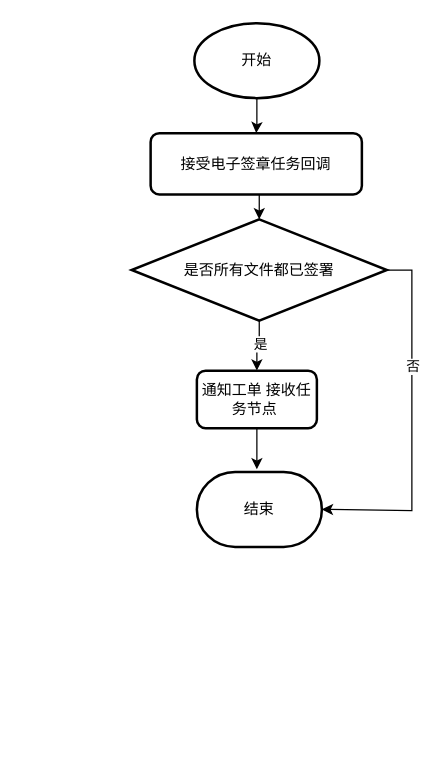
Above: page "第 3 页" (3 of 3) of 接收电子签章回调.drawio in fengyong7723131/work (draw.io), before the change. Source tidied: cells renumbered, new cells numbered last; positions are measured from the earlier drawing's top-left corner, leaving out a move shared by most shapes. Both pictures are drawn from the tidied source at 125%, with x=0, y=0 at pixel (131, 22).
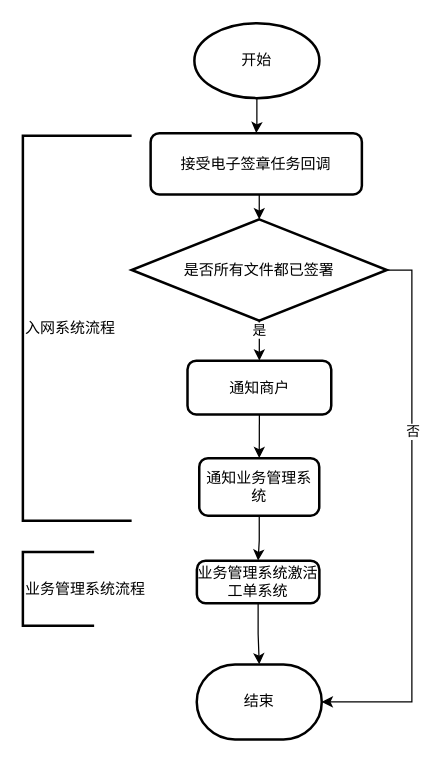
Above is the later version.

The change refers to these unchanged cells:
```xml
<mxCell id="10" value="是否所有文件都已签署" style="strokeWidth=2;html=1;shape=mxgraph.flowchart.decision;whiteSpace=wrap;" parent="1" vertex="1">
  <mxGeometry x="-0.2" y="157" width="204.2" height="81" as="geometry" />
</mxCell>
```

What changed in the source:
```diff
@@
-    <mxCell id="6" style="edgeStyle=orthogonalEdgeStyle;rounded=0;jettySize=auto;html=1;exitX=0.5;exitY=1;exitDx=0;exitDy=0;exitPerimeter=0;entryX=0.5;entryY=0;entryDx=0;entryDy=0;" parent="1" edge="1" source="10" target="12">
-      <mxGeometry relative="1" as="geometry" />
-    </mxCell>
-    <mxCell id="7" value="是" style="edgeLabel;html=1;align=center;verticalAlign=middle;" parent="6" vertex="1">
-      <mxGeometry x="-0.12" y="1" relative="1" as="geometry" />
-    </mxCell>
     <mxCell id="8" style="edgeStyle=orthogonalEdgeStyle;rounded=0;jettySize=auto;html=1;entryX=1;entryY=0.5;entryDx=0;entryDy=0;entryPerimeter=0;" parent="1" edge="1" source="10" target="13">
       <mxGeometry relative="1" as="geometry">
         <Array as="points">
           <mxPoint x="224" y="198" />
-          <mxPoint x="224" y="390" />
+          <mxPoint x="224" y="543" />
         </Array>
       </mxGeometry>
     </mxCell>
@@
+    <mxCell id="14" style="edgeStyle=orthogonalEdgeStyle;rounded=0;jettySize=auto;html=1;exitX=0.5;exitY=1;exitDx=0;exitDy=0;exitPerimeter=0;entryX=0.5;entryY=0;entryDx=0;entryDy=0;" parent="1" edge="1" source="10" target="17">
+      <mxGeometry relative="1" as="geometry" />
+    </mxCell>
+    <mxCell id="7" value="是" style="edgeLabel;html=1;align=center;verticalAlign=middle;" parent="14" vertex="1">
+      <mxGeometry x="-0.5" relative="1" as="geometry" />
+    </mxCell>
@@
-    <mxCell id="11" style="edgeStyle=orthogonalEdgeStyle;rounded=0;jettySize=auto;html=1;exitX=0.5;exitY=1;exitDx=0;exitDy=0;" parent="1" edge="1" source="12">
-      <mxGeometry relative="1" as="geometry">
-        <mxPoint x="100" y="357" as="targetPoint" />
-      </mxGeometry>
-    </mxCell>
+    <mxCell id="15" style="edgeStyle=orthogonalEdgeStyle;rounded=0;jettySize=auto;html=1;exitX=0.5;exitY=1;exitDx=0;exitDy=0;" parent="1" edge="1" source="12" target="20">
+      <mxGeometry relative="1" as="geometry" />
+    </mxCell>
-    <mxCell id="12" value="通知工单 接收任务节点&amp;nbsp;" style="rounded=1;whiteSpace=wrap;html=1;absoluteArcSize=1;arcSize=14;strokeWidth=2;" parent="1" vertex="1">
-      <mxGeometry x="52" y="278" width="96" height="46" as="geometry" />
+    <mxCell id="12" value="通知业务管理系统" style="rounded=1;whiteSpace=wrap;html=1;absoluteArcSize=1;arcSize=14;strokeWidth=2;" parent="1" vertex="1">
+      <mxGeometry x="53.9" y="348" width="96" height="46" as="geometry" />
     </mxCell>
     <mxCell id="13" value="结束" style="strokeWidth=2;html=1;shape=mxgraph.flowchart.terminator;whiteSpace=wrap;" parent="1" vertex="1">
-      <mxGeometry x="52" y="359" width="100" height="60" as="geometry" />
+      <mxGeometry x="51.9" y="513" width="100" height="60" as="geometry" />
     </mxCell>
+    <mxCell id="16" style="edgeStyle=orthogonalEdgeStyle;rounded=0;jettySize=auto;html=1;exitX=0.5;exitY=1;exitDx=0;exitDy=0;entryX=0.5;entryY=0;entryDx=0;entryDy=0;" parent="1" edge="1" source="17" target="12">
+      <mxGeometry relative="1" as="geometry" />
+    </mxCell>
+    <mxCell id="17" value="通知商户" style="rounded=1;whiteSpace=wrap;html=1;absoluteArcSize=1;arcSize=14;strokeWidth=2;" parent="1" vertex="1">
+      <mxGeometry x="44.5" y="270" width="115" height="43" as="geometry" />
+    </mxCell>
+    <mxCell id="18" value="入网系统流程" style="strokeWidth=2;html=1;shape=mxgraph.flowchart.annotation_1;align=left;" parent="1" vertex="1">
+      <mxGeometry x="-87.2" y="90" width="87" height="308" as="geometry" />
+    </mxCell>
+    <mxCell id="19" style="edgeStyle=orthogonalEdgeStyle;rounded=0;jettySize=auto;html=1;exitX=0.5;exitY=1;exitDx=0;exitDy=0;" parent="1" edge="1" source="20" target="13">
+      <mxGeometry relative="1" as="geometry" />
+    </mxCell>
+    <mxCell id="20" value="业务管理系统激活工单系统" style="rounded=1;whiteSpace=wrap;html=1;absoluteArcSize=1;arcSize=14;strokeWidth=2;" parent="1" vertex="1">
+      <mxGeometry x="52" y="430" width="98" height="34" as="geometry" />
+    </mxCell>
+    <mxCell id="21" value="业务管理系统流程" style="strokeWidth=2;html=1;shape=mxgraph.flowchart.annotation_1;align=left;" parent="1" vertex="1">
+      <mxGeometry x="-87.2" y="423" width="57" height="59" as="geometry" />
+    </mxCell>
```
